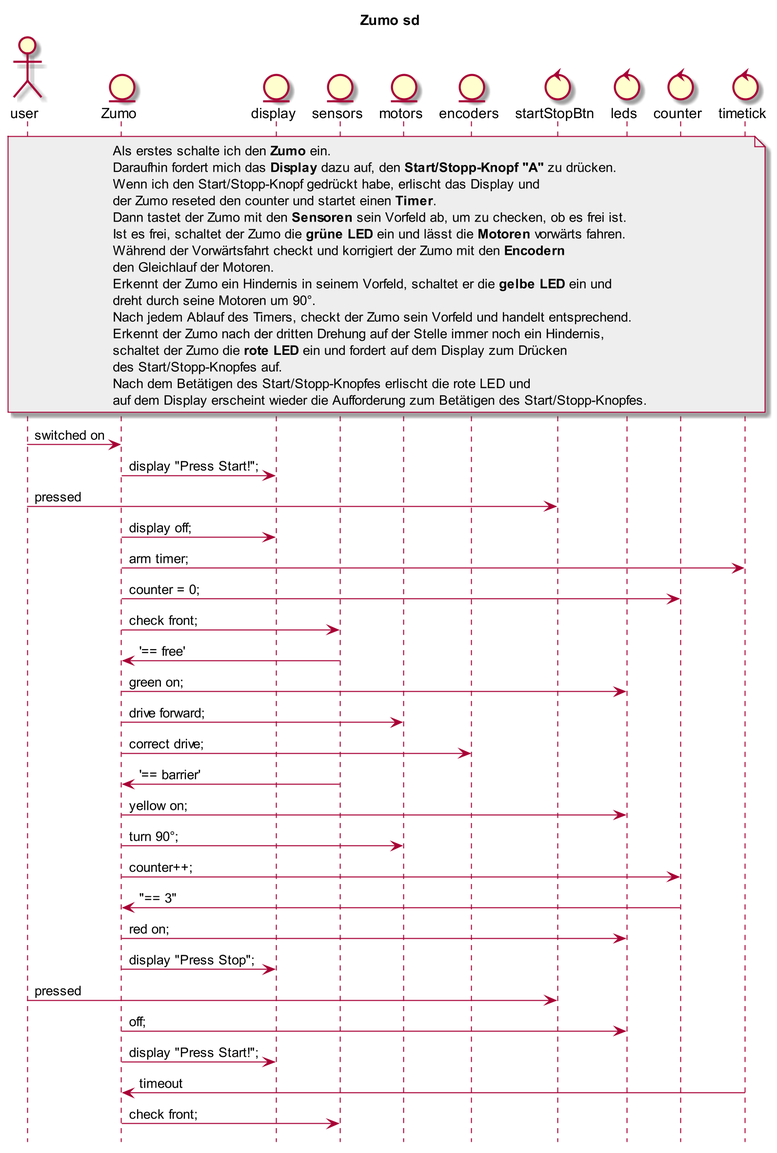
orje/Zumo_QM_QPnano keeps this PlantUML diagram as Zumo_SD.png. Above is the earlier version.
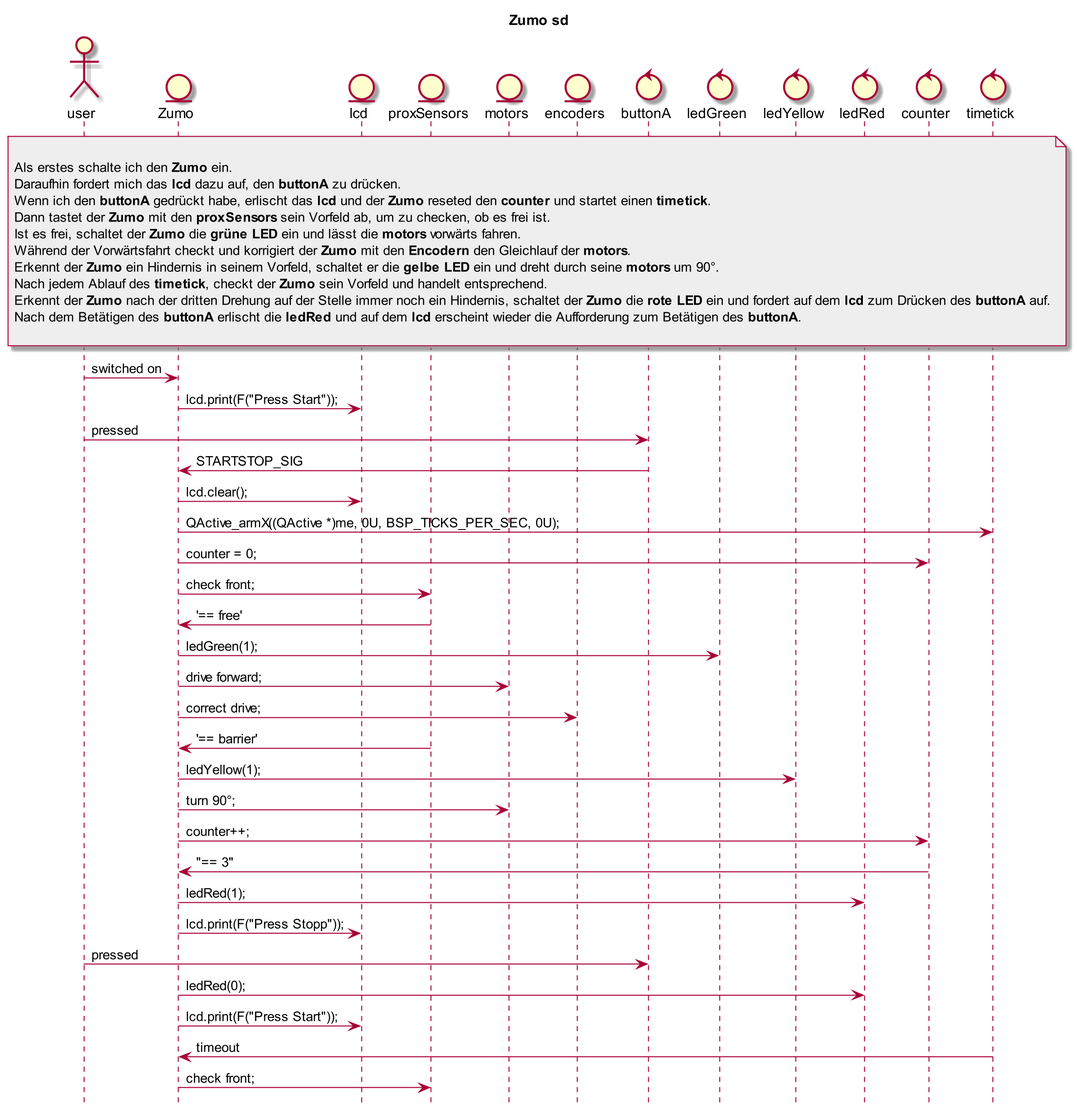
After the change.

The edit, as a diff of the source:
```diff
@@ -9,62 +9,61 @@
 
 actor user
 entity Zumo
-entity display
-entity sensors
+entity lcd
+entity proxSensors
 entity motors
 entity encoders
-control startStopBtn
-control leds
+control buttonA
+control ledGreen
+control ledYellow
+control ledRed
 control counter
 control timetick
 
 
 note over timetick, user #EEEEEE
+
 Als erstes schalte ich den **Zumo** ein.
-Daraufhin fordert mich das **Display** dazu auf, den **Start/Stopp-Knopf "A"** zu drücken.
-Wenn ich den Start/Stopp-Knopf gedrückt habe, erlischt das Display und
-der Zumo reseted den counter und startet einen **Timer**.
-Dann tastet der Zumo mit den **Sensoren** sein Vorfeld ab, um zu checken, ob es frei ist.
-Ist es frei, schaltet der Zumo die **grüne LED** ein und lässt die **Motoren** vorwärts fahren.
-Während der Vorwärtsfahrt checkt und korrigiert der Zumo mit den **Encodern**
-den Gleichlauf der Motoren.
-Erkennt der Zumo ein Hindernis in seinem Vorfeld, schaltet er die **gelbe LED** ein und
-dreht durch seine Motoren um 90°.
-Nach jedem Ablauf des Timers, checkt der Zumo sein Vorfeld und handelt entsprechend.
-Erkennt der Zumo nach der dritten Drehung auf der Stelle immer noch ein Hindernis,
-schaltet der Zumo die **rote LED** ein und fordert auf dem Display zum Drücken
-des Start/Stopp-Knopfes auf.
-Nach dem Betätigen des Start/Stopp-Knopfes erlischt die rote LED und
-auf dem Display erscheint wieder die Aufforderung zum Betätigen des Start/Stopp-Knopfes.
+Daraufhin fordert mich das **lcd** dazu auf, den **buttonA** zu drücken.
+Wenn ich den **buttonA** gedrückt habe, erlischt das **lcd** und der **Zumo** reseted den **counter** und startet einen **timetick**.
+Dann tastet der **Zumo** mit den **proxSensors** sein Vorfeld ab, um zu checken, ob es frei ist.
+Ist es frei, schaltet der **Zumo** die **grüne LED** ein und lässt die **motors** vorwärts fahren.
+Während der Vorwärtsfahrt checkt und korrigiert der **Zumo** mit den **Encodern** den Gleichlauf der **motors**.
+Erkennt der **Zumo** ein Hindernis in seinem Vorfeld, schaltet er die **gelbe LED** ein und dreht durch seine **motors** um 90°.
+Nach jedem Ablauf des **timetick**, checkt der **Zumo** sein Vorfeld und handelt entsprechend.
+Erkennt der **Zumo** nach der dritten Drehung auf der Stelle immer noch ein Hindernis, schaltet der **Zumo** die **rote LED** ein und fordert auf dem **lcd** zum Drücken des **buttonA** auf.
+Nach dem Betätigen des **buttonA** erlischt die **ledRed** und auf dem **lcd** erscheint wieder die Aufforderung zum Betätigen des **buttonA**.
+
 end note
 
 
 user -> Zumo : switched on
-Zumo -> display : display "Press Start!";
+Zumo -> lcd : lcd.print(F("Press Start"));
 
-user -> startStopBtn : pressed
-Zumo -> display : display off;
-Zumo -> timetick : arm timer;
+user -> buttonA : pressed
+buttonA -> Zumo : STARTSTOP_SIG
+Zumo -> lcd : lcd.clear();
+Zumo -> timetick : QActive_armX((QActive *)me, 0U, BSP_TICKS_PER_SEC, 0U);
 Zumo -> counter : counter = 0;
-Zumo -> sensors : check front;
+Zumo -> proxSensors : check front;
 
-sensors -> Zumo : '== free'
-Zumo -> leds : green on;
+proxSensors -> Zumo : '== free'
+Zumo -> ledGreen : ledGreen(1);
 Zumo -> motors : drive forward;
 Zumo -> encoders : correct drive;
 
-sensors -> Zumo : '== barrier'
-Zumo -> leds : yellow on;
+proxSensors -> Zumo : '== barrier'
+Zumo -> ledYellow : ledYellow(1);
 Zumo -> motors : turn 90°;
 Zumo -> counter : counter++;
 
 counter -> Zumo : "== 3"
-Zumo -> leds : red on;
-Zumo -> display : display "Press Stop";
-user -> startStopBtn : pressed
-Zumo -> leds : off;
-Zumo -> display : display "Press Start!";
+Zumo -> ledRed : ledRed(1);
+Zumo -> lcd : lcd.print(F("Press Stopp"));
+user -> buttonA : pressed
+Zumo -> ledRed : ledRed(0);
+Zumo -> lcd : lcd.print(F("Press Start"));
 
 timetick -> Zumo : timeout
-Zumo -> sensors : check front;
+Zumo -> proxSensors : check front;
 @enduml
```
